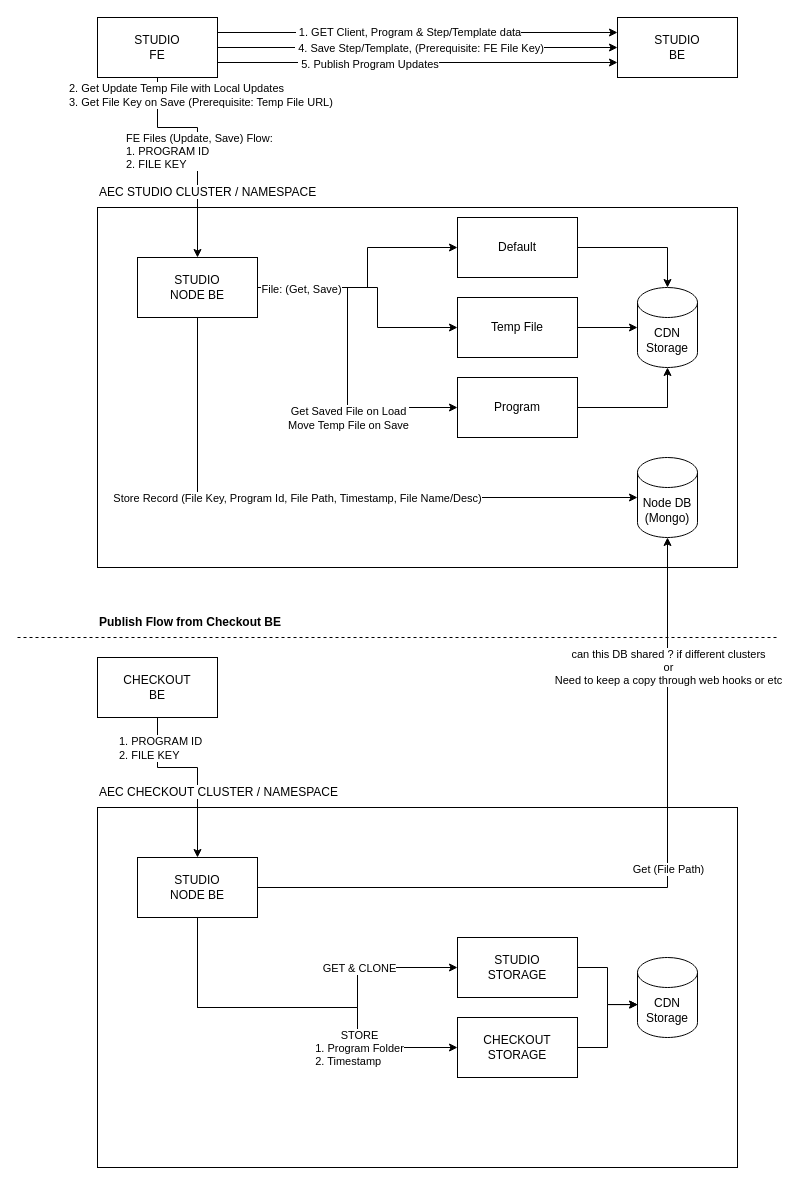
The draw.io diagram Studio-node-hld.drawio in ssharifdev/draw.io, before the edit. Source tidied: cells renumbered, new cells numbered last; positions are measured from the earlier drawing's top-left corner, leaving out a move shared by most shapes. Both pictures are drawn from the tidied source at 100%, with x=0, y=0 at pixel (17, 17).
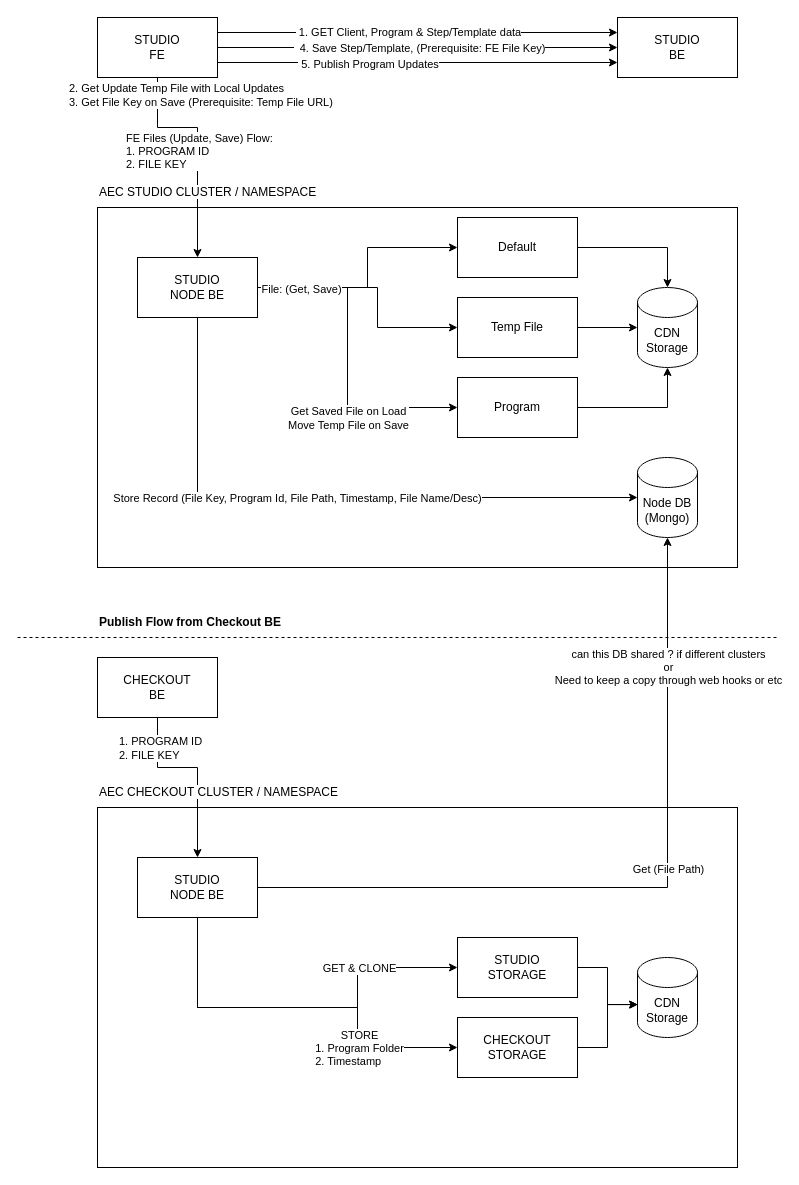
After the change.

The change refers to these unchanged cells:
```xml
<mxCell id="9" style="edgeStyle=orthogonalEdgeStyle;rounded=0;jettySize=auto;html=1;entryX=0;entryY=0.5;entryDx=0;entryDy=0;" parent="1" edge="1" source="13" target="45">
  <mxGeometry relative="1" as="geometry" />
</mxCell>
```

What changed in the source:
```diff
@@
-    <mxCell id="10" value="&amp;nbsp;4. Save Step/Template, (Prerequisite: FE File Key)" style="edgeLabel;html=1;align=center;verticalAlign=middle;" parent="9" vertex="1">
+    <mxCell id="10" value="&amp;nbsp; 4. Save Step/Template, (Prerequisite: FE File Key)" style="edgeLabel;html=1;align=center;verticalAlign=middle;" parent="9" vertex="1">
       <mxGeometry x="-0.01" y="-2" relative="1" as="geometry">
         <mxPoint x="3" y="-2" as="offset" />
       </mxGeometry>
     </mxCell>
```
